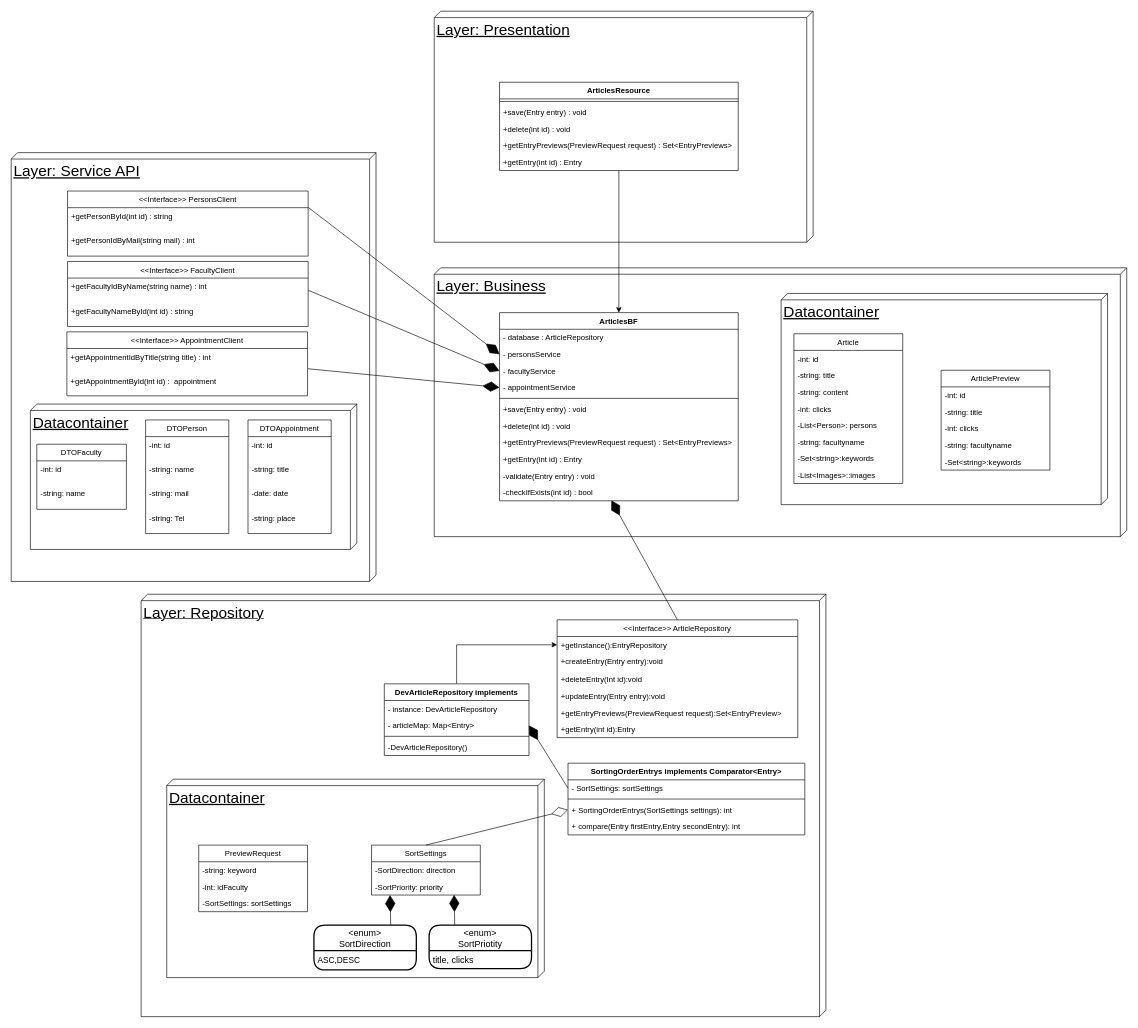
fh-erfurt/WS2021_Java_Team_1_news keeps this draw.io diagram as diagrams/progress.drawio. Above is the earlier version. Source tidied: cells renumbered, new cells numbered last; positions are measured from the earlier drawing's top-left corner, leaving out a move shared by most shapes. Both pictures are drawn from the tidied source at 64%, with x=0, y=0 at pixel (11, 11).
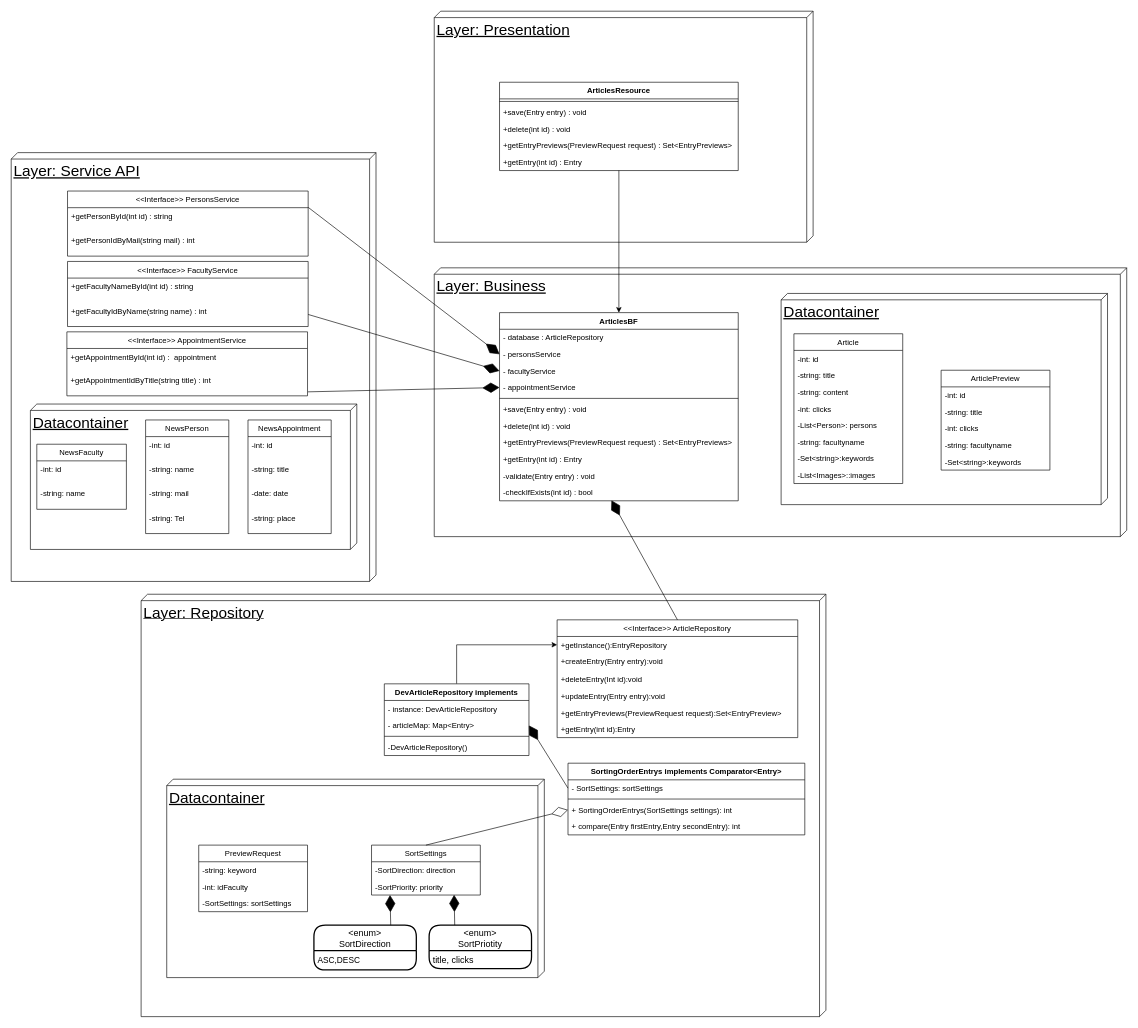
After the change.

Commit message:
updated service layer

The change refers to these unchanged cells:
```xml
<mxCell id="75" style="group;" parent="1" vertex="1">
  <mxGeometry y="221" width="570" height="670" as="geometry" />
</mxCell>
```

Change to the diagram source:
```diff
@@
-    <mxCell id="78" value="&lt;&lt;Interface&gt;&gt; FacultyClient" style="swimlane;fontStyle=0;horizontal=1;startSize=26;fillColor=none;" parent="75" vertex="1">
+    <mxCell id="78" value="&lt;&lt;Interface&gt;&gt; FacultyService" style="swimlane;fontStyle=0;horizontal=1;startSize=26;fillColor=none;" parent="75" vertex="1">
       <mxGeometry x="88" y="170" width="376" height="101.7" as="geometry" />
     </mxCell>
+    <mxCell id="80" value="+getFacultyNameById(int id) : string" style="text;strokeColor=none;fillColor=none;align=left;verticalAlign=top;spacingLeft=4;spacingRight=4;overflow=hidden;" parent="78" vertex="1">
+      <mxGeometry y="26" width="376" height="37.9" as="geometry" />
+    </mxCell>
     <mxCell id="79" value="+getFacultyIdByName(string name) : int" style="text;strokeColor=none;fillColor=none;align=left;verticalAlign=top;spacingLeft=4;spacingRight=4;overflow=hidden;points=[[0,0.5],[1,0.5]];portConstraint=eastwest;" parent="78" vertex="1">
-      <mxGeometry y="26" width="376" height="37.9" as="geometry" />
+      <mxGeometry y="63.9" width="376" height="37.9" as="geometry" />
     </mxCell>
-    <mxCell id="80" value="+getFacultyNameById(int id) : string" style="text;strokeColor=none;fillColor=none;align=left;verticalAlign=top;spacingLeft=4;spacingRight=4;overflow=hidden;" parent="78" vertex="1">
-      <mxGeometry y="63.9" width="376" height="37.9" as="geometry" />
-    </mxCell>
-    <mxCell id="81" value="&lt;&lt;Interface&gt;&gt; PersonsClient" style="swimlane;fontStyle=0;horizontal=1;startSize=26;fillColor=none;" parent="75" vertex="1">
+    <mxCell id="81" value="&lt;&lt;Interface&gt;&gt; PersonsService" style="swimlane;fontStyle=0;horizontal=1;startSize=26;fillColor=none;" parent="75" vertex="1">
       <mxGeometry x="88" y="60" width="376" height="101.7" as="geometry" />
     </mxCell>
@@
-    <mxCell id="84" value="DTOFaculty" style="swimlane;fontStyle=0;horizontal=1;startSize=26;fillColor=none;fontSize=12;" parent="75" vertex="1">
+    <mxCell id="84" value="NewsFaculty" style="swimlane;fontStyle=0;horizontal=1;startSize=26;fillColor=none;fontSize=12;" parent="75" vertex="1">
       <mxGeometry x="40" y="455.6" width="140" height="101.7" as="geometry" />
     </mxCell>
@@
-    <mxCell id="87" value="DTOPerson" style="swimlane;fontStyle=0;horizontal=1;startSize=26;fillColor=none;fontSize=12;" parent="75" vertex="1">
+    <mxCell id="87" value="NewsPerson" style="swimlane;fontStyle=0;horizontal=1;startSize=26;fillColor=none;fontSize=12;" parent="75" vertex="1">
       <mxGeometry x="210" y="417.7" width="130" height="177.5" as="geometry" />
     </mxCell>
@@
-    <mxCell id="92" value="DTOAppointment" style="swimlane;fontStyle=0;horizontal=1;startSize=26;fillColor=none;fontSize=12;" parent="75" vertex="1">
+    <mxCell id="92" value="NewsAppointment" style="swimlane;fontStyle=0;horizontal=1;startSize=26;fillColor=none;fontSize=12;" parent="75" vertex="1">
       <mxGeometry x="370" y="417.7" width="130" height="177.5" as="geometry" />
     </mxCell>
@@
-    <mxCell id="97" value="&lt;&lt;Interface&gt;&gt; AppointmentClient" style="swimlane;fontStyle=0;horizontal=1;startSize=26;fillColor=none;" parent="75" vertex="1">
+    <mxCell id="97" value="&lt;&lt;Interface&gt;&gt; AppointmentService" style="swimlane;fontStyle=0;horizontal=1;startSize=26;fillColor=none;" parent="75" vertex="1">
       <mxGeometry x="87" y="280" width="376" height="100" as="geometry" />
     </mxCell>
+    <mxCell id="99" value="+getAppointmentById(int id) :  appointment" style="text;strokeColor=none;fillColor=none;align=left;verticalAlign=top;spacingLeft=4;spacingRight=4;overflow=hidden;" parent="97" vertex="1">
+      <mxGeometry y="26" width="376" height="36.1" as="geometry" />
+    </mxCell>
     <mxCell id="98" value="+getAppointmentIdByTitle(string title) : int" style="text;strokeColor=none;fillColor=none;align=left;verticalAlign=top;spacingLeft=4;spacingRight=4;overflow=hidden;points=[[0,0.5],[1,0.5]];portConstraint=eastwest;" parent="97" vertex="1">
-      <mxGeometry y="26" width="376" height="37.9" as="geometry" />
+      <mxGeometry y="62.1" width="376" height="37.9" as="geometry" />
     </mxCell>
-    <mxCell id="99" value="+getAppointmentById(int id) :  appointment" style="text;strokeColor=none;fillColor=none;align=left;verticalAlign=top;spacingLeft=4;spacingRight=4;overflow=hidden;" parent="97" vertex="1">
-      <mxGeometry y="63.9" width="376" height="36.1" as="geometry" />
-    </mxCell>
```
